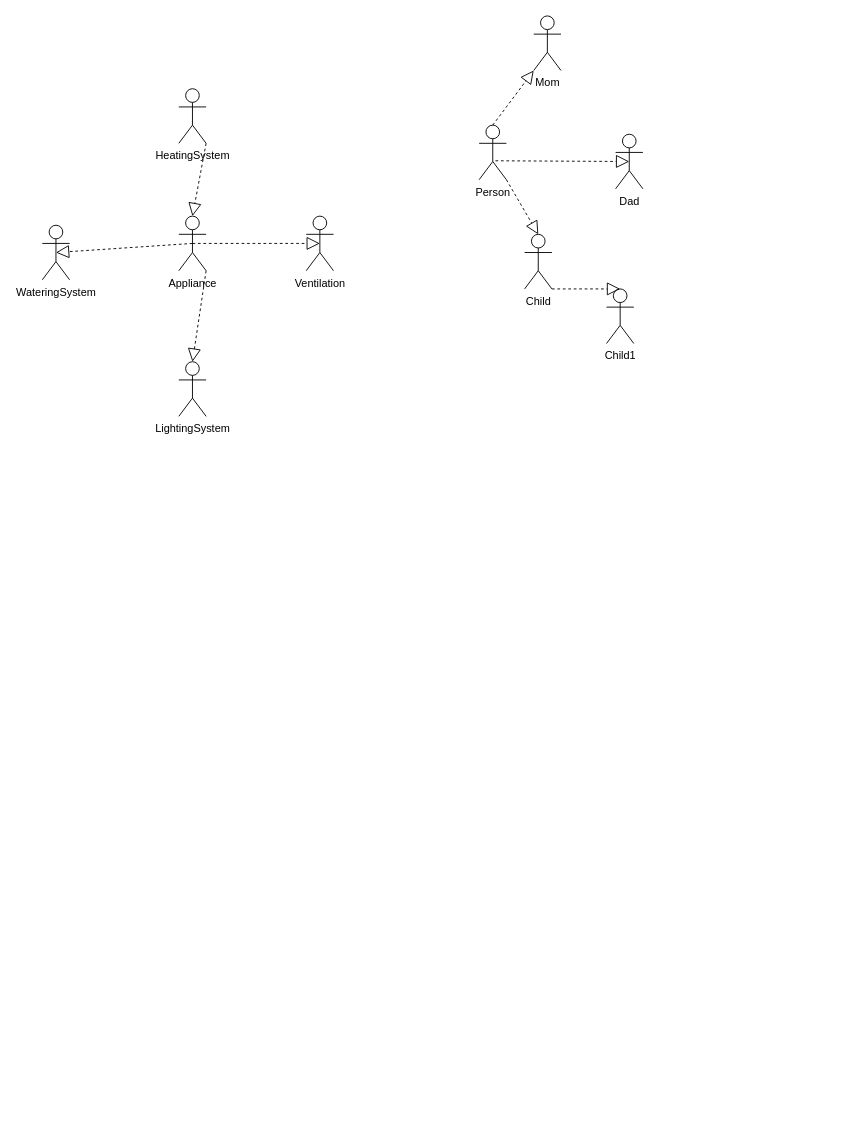
Before: actors_catalog.drawio in alfacentaur1/omo_objectModel, a draw.io diagram. Source tidied: cells renumbered, new cells numbered last; positions are measured from the earlier drawing's top-left corner, leaving out a move shared by most shapes. Both pictures are drawn from the tidied source at 91%, with x=0, y=0 at pixel (42, 15).
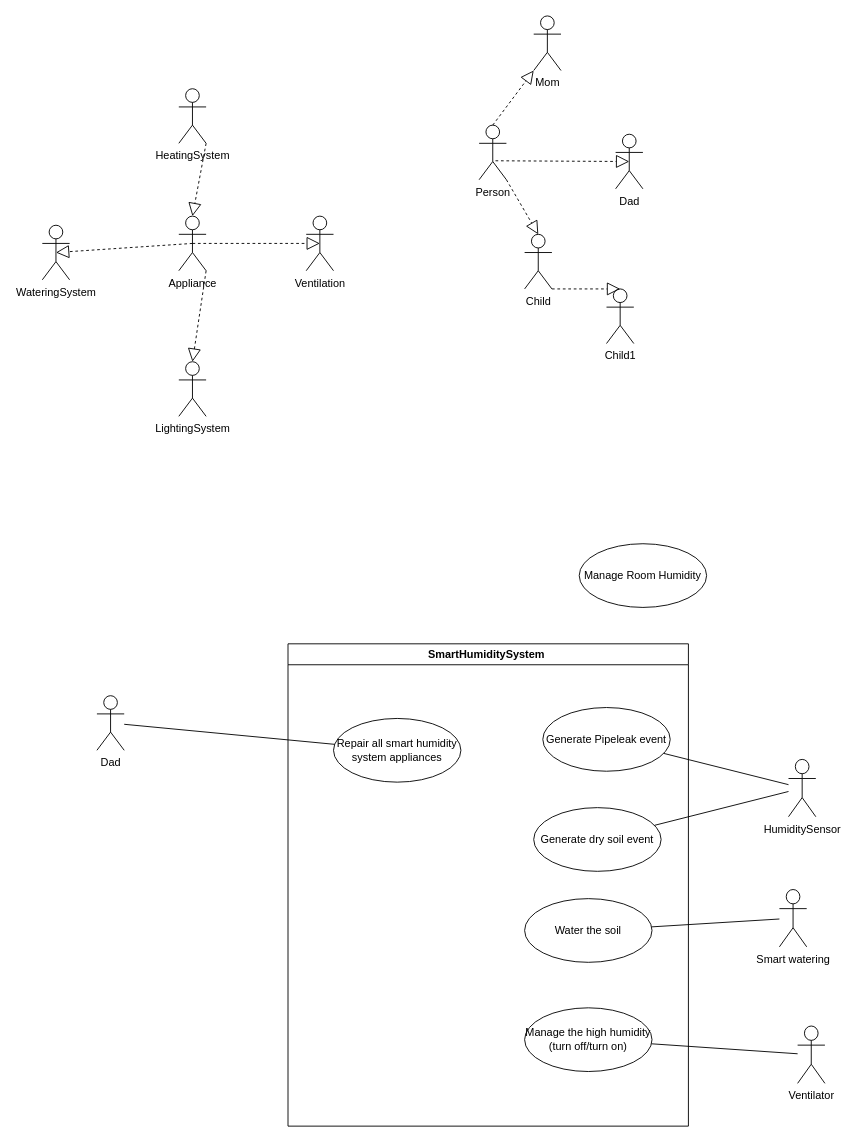
The same page after the edit.

What changed in the source:
```diff
@@
+    <mxCell id="20" value="SmartHumiditySystem&amp;nbsp;" style="swimlane;whiteSpace=wrap;html=1;" parent="1" vertex="1">
+      <mxGeometry x="270" y="690" width="440" height="530" as="geometry" />
+    </mxCell>
+    <mxCell id="21" value="Generate Pipeleak event" style="ellipse;whiteSpace=wrap;html=1;" parent="20" vertex="1">
+      <mxGeometry x="280" y="70" width="140" height="70" as="geometry" />
+    </mxCell>
+    <mxCell id="22" value="Generate dry soil event" style="ellipse;whiteSpace=wrap;html=1;" parent="20" vertex="1">
+      <mxGeometry x="270" y="180" width="140" height="70" as="geometry" />
+    </mxCell>
+    <mxCell id="23" value="Water the soil" style="ellipse;whiteSpace=wrap;html=1;" parent="20" vertex="1">
+      <mxGeometry x="260" y="280" width="140" height="70" as="geometry" />
+    </mxCell>
+    <mxCell id="24" value="Manage the high humidity&lt;br&gt;(turn off/turn on)" style="ellipse;whiteSpace=wrap;html=1;" parent="20" vertex="1">
+      <mxGeometry x="260" y="400" width="140" height="70" as="geometry" />
+    </mxCell>
+    <mxCell id="25" value="Repair all smart humidity system appliances" style="ellipse;whiteSpace=wrap;html=1;" parent="20" vertex="1">
+      <mxGeometry x="50" y="82" width="140" height="70" as="geometry" />
+    </mxCell>
+    <mxCell id="26" value="Manage Room Humidity" style="ellipse;whiteSpace=wrap;html=1;" parent="1" vertex="1">
+      <mxGeometry x="590" y="580" width="140" height="70" as="geometry" />
+    </mxCell>
+    <mxCell id="27" value="HumiditySensor" style="shape=umlActor;verticalLabelPosition=bottom;verticalAlign=top;html=1;" parent="1" vertex="1">
+      <mxGeometry x="820" y="817" width="30" height="63" as="geometry" />
+    </mxCell>
+    <mxCell id="28" style="endArrow=none;html=1;rounded=0;" parent="1" edge="1" source="22" target="27">
+      <mxGeometry relative="1" as="geometry" />
+    </mxCell>
+    <mxCell id="29" style="endArrow=none;html=1;rounded=0;" parent="1" edge="1" source="21" target="27">
+      <mxGeometry relative="1" as="geometry" />
+    </mxCell>
+    <mxCell id="30" value="Smart watering" style="shape=umlActor;verticalLabelPosition=bottom;verticalAlign=top;html=1;" parent="1" vertex="1">
+      <mxGeometry x="810" y="960" width="30" height="63" as="geometry" />
+    </mxCell>
+    <mxCell id="31" style="endArrow=none;html=1;rounded=0;" parent="1" edge="1" source="23" target="30">
+      <mxGeometry relative="1" as="geometry" />
+    </mxCell>
+    <mxCell id="32" value="Ventilator" style="shape=umlActor;verticalLabelPosition=bottom;verticalAlign=top;html=1;" parent="1" vertex="1">
+      <mxGeometry x="830" y="1110" width="30" height="63" as="geometry" />
+    </mxCell>
+    <mxCell id="33" style="endArrow=none;html=1;rounded=0;" parent="1" edge="1" source="24" target="32">
+      <mxGeometry relative="1" as="geometry" />
+    </mxCell>
+    <mxCell id="34" value="Dad" style="shape=umlActor;verticalLabelPosition=bottom;verticalAlign=top;html=1;" parent="1" vertex="1">
+      <mxGeometry x="60" y="747" width="30" height="60" as="geometry" />
+    </mxCell>
+    <mxCell id="35" style="endArrow=none;html=1;rounded=0;" parent="1" edge="1" source="34" target="25">
+      <mxGeometry relative="1" as="geometry" />
+    </mxCell>
```
